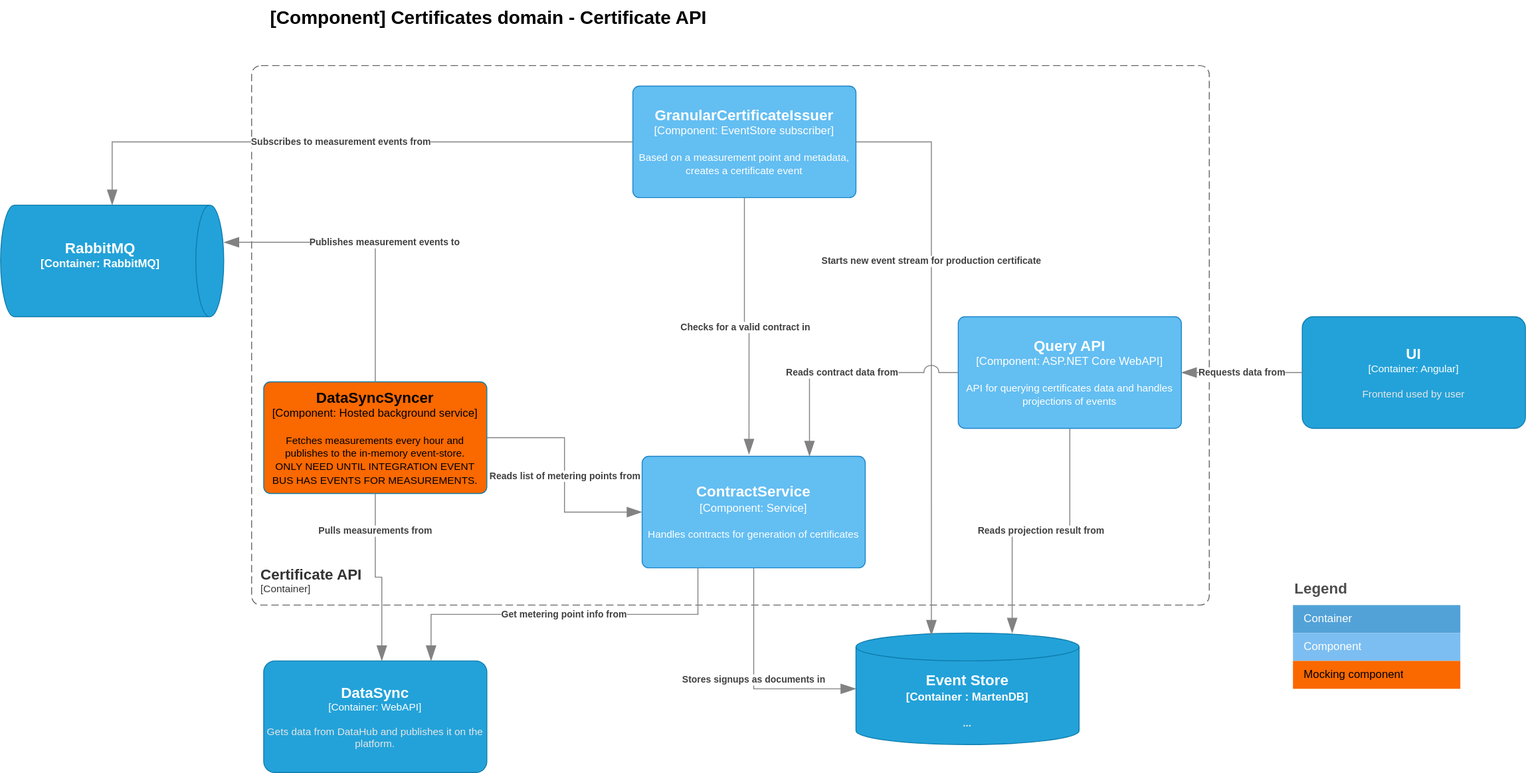
Earlier version of the draw.io export doc/architecture/diagrams/certificates.current.component.certificate.api.drawio.svg (Energinet-DataHub/energy-origin). Source tidied: cells renumbered, new cells last; positions are measured from the earlier drawing's top-left corner, leaving out a move shared by most shapes.
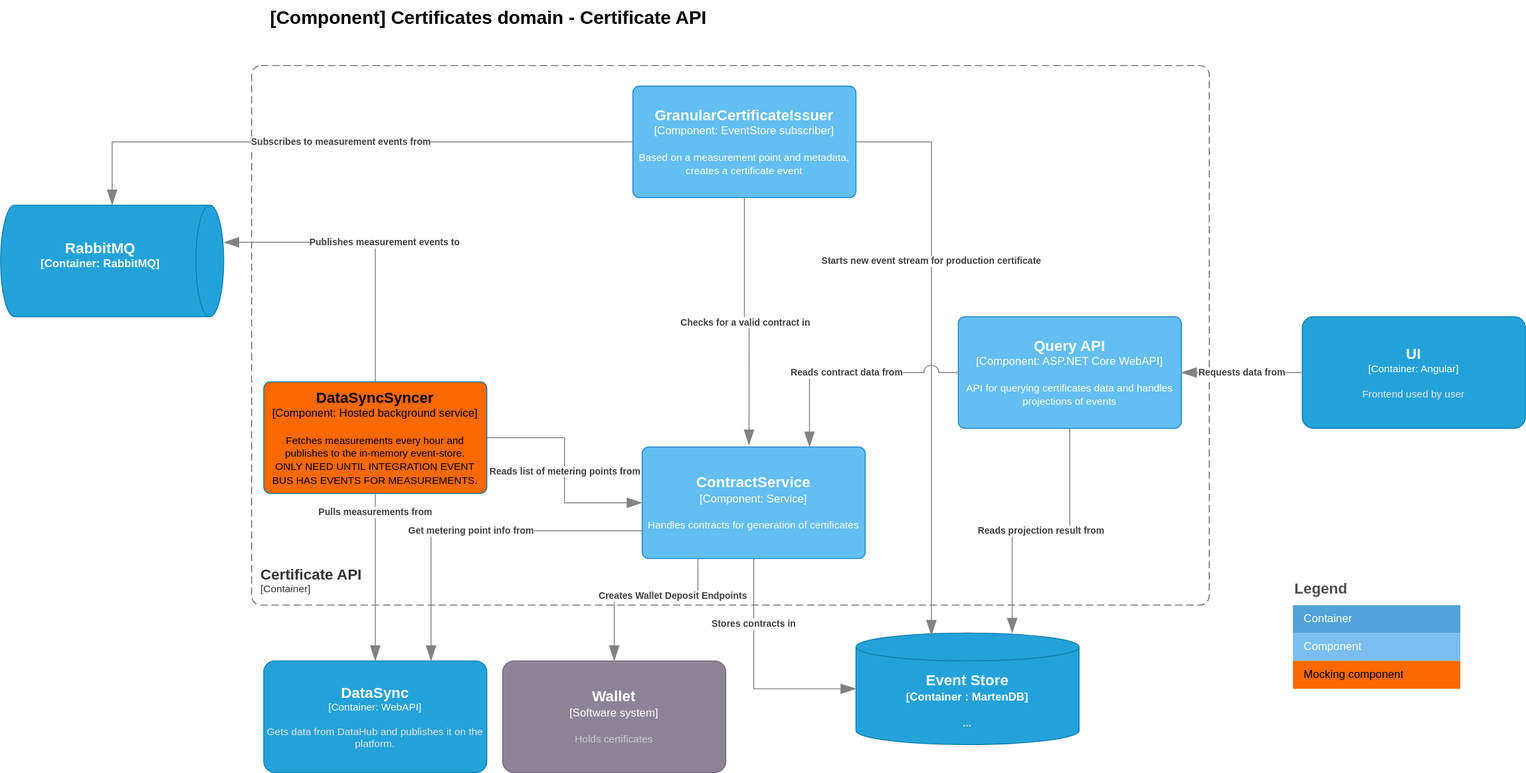
After the change.

What changed in the source:
```diff
@@ -24,7 +24,7 @@
     </object>
     <object id="6" label="&lt;font style=&quot;font-size: 16px&quot;&gt;&lt;b&gt;%c4Name%&lt;/b&gt;&lt;/font&gt;&lt;div&gt;[%c4Type%: %c4Technology%]&lt;/div&gt;&lt;br&gt;&lt;div&gt;&lt;font style=&quot;font-size: 11px&quot;&gt;%c4Description%&lt;/font&gt;&lt;/div&gt;" c4Description="Handles contracts for generation of certificates" c4Name="ContractService" c4Technology="Service" c4Type="Component" placeholders="1">
       <mxCell style="rounded=1;whiteSpace=wrap;html=1;labelBackgroundColor=none;fillColor=#63BEF2;align=center;arcSize=6;strokeColor=#2086C9;points=[[0.25,0,0],[0.5,0,0],[0.75,0,0],[1,0.25,0],[1,0.5,0],[1,0.75,0],[0.75,1,0],[0.5,1,0],[0.25,1,0],[0,0.75,0],[0,0.5,0],[0,0.25,0]];fontColor=#ffffff;" parent="1" vertex="1">
-        <mxGeometry x="690" y="490" width="240" height="120" as="geometry" />
+        <mxGeometry x="690" y="480" width="240" height="120" as="geometry" />
       </mxCell>
     </object>
     <object id="7" label="&lt;div style=&quot;text-align: left&quot;&gt;&lt;div style=&quot;text-align: center&quot;&gt;&lt;b&gt;%c4Description%&lt;/b&gt;&lt;/div&gt;" c4Description="Reads list of metering points from" c4Type="Relationship" placeholders="1">
@@ -104,9 +104,9 @@
         <mxGeometry x="-0.32" relative="1" as="geometry" />
       </mxCell>
     </object>
-    <object id="23" label="&lt;div style=&quot;text-align: left&quot;&gt;&lt;div style=&quot;text-align: center&quot;&gt;&lt;b&gt;%c4Description%&lt;/b&gt;&lt;/div&gt;" c4Description="Stores signups as documents in" c4Type="Relationship" placeholders="1">
+    <object id="23" label="&lt;div style=&quot;text-align: left&quot;&gt;&lt;div style=&quot;text-align: center&quot;&gt;&lt;b&gt;%c4Description%&lt;/b&gt;&lt;/div&gt;" c4Description="Stores contracts in" c4Type="Relationship" placeholders="1">
       <mxCell style="endArrow=blockThin;html=1;fontSize=10;fontColor=#404040;strokeWidth=1;endFill=1;strokeColor=#828282;elbow=vertical;endSize=14;startSize=14;jumpStyle=arc;jumpSize=16;rounded=0;edgeStyle=orthogonalEdgeStyle;exitX=0.5;exitY=1;exitDx=0;exitDy=0;exitPerimeter=0;entryX=0;entryY=0.5;entryDx=0;entryDy=0;entryPerimeter=0;" parent="1" edge="1" source="6" target="5">
-        <mxGeometry relative="1" as="geometry" />
+        <mxGeometry x="-0.44" relative="1" as="geometry" />
       </mxCell>
     </object>
     <object id="24" label="&lt;div style=&quot;text-align: left&quot;&gt;&lt;div style=&quot;text-align: center&quot;&gt;&lt;b&gt;%c4Description%&lt;/b&gt;&lt;/div&gt;" c4Description="Reads contract data from" c4Type="Relationship" placeholders="1">
@@ -115,7 +115,7 @@
       </mxCell>
     </object>
     <object id="25" label="&lt;div style=&quot;text-align: left&quot;&gt;&lt;div style=&quot;text-align: center&quot;&gt;&lt;b&gt;%c4Description%&lt;/b&gt;&lt;/div&gt;" c4Description="Get metering point info from" c4Type="Relationship" placeholders="1">
-      <mxCell style="endArrow=blockThin;html=1;fontSize=10;fontColor=#404040;strokeWidth=1;endFill=1;strokeColor=#828282;elbow=vertical;endSize=14;startSize=14;jumpStyle=arc;jumpSize=16;rounded=0;edgeStyle=orthogonalEdgeStyle;exitX=0.25;exitY=1;exitDx=0;exitDy=0;exitPerimeter=0;entryX=0.75;entryY=0;entryDx=0;entryDy=0;entryPerimeter=0;" parent="1" edge="1" source="6" target="12">
+      <mxCell style="endArrow=blockThin;html=1;fontSize=10;fontColor=#404040;strokeWidth=1;endFill=1;strokeColor=#828282;elbow=vertical;endSize=14;startSize=14;jumpStyle=arc;jumpSize=16;rounded=0;edgeStyle=orthogonalEdgeStyle;exitX=0;exitY=0.75;exitDx=0;exitDy=0;exitPerimeter=0;entryX=0.75;entryY=0;entryDx=0;entryDy=0;entryPerimeter=0;" parent="1" edge="1" source="6" target="12">
         <mxGeometry relative="1" as="geometry" />
       </mxCell>
     </object>
@@ -126,11 +126,24 @@
       <mxGeometry width="180" height="30" as="geometry" />
     </mxCell>
     <object id="28" label="&lt;div style=&quot;text-align: left&quot;&gt;&lt;div style=&quot;text-align: center&quot;&gt;&lt;b&gt;%c4Description%&lt;/b&gt;&lt;/div&gt;" c4Description="Pulls measurements from" c4Type="Relationship" placeholders="1">
-      <mxCell style="endArrow=blockThin;html=1;fontSize=10;fontColor=#404040;strokeWidth=1;endFill=1;strokeColor=#828282;elbow=vertical;endSize=14;startSize=14;jumpStyle=arc;jumpSize=16;rounded=0;edgeStyle=orthogonalEdgeStyle;exitX=0.5;exitY=1;exitDx=0;exitDy=0;exitPerimeter=0;" parent="1" edge="1" source="3">
-        <mxGeometry x="-0.58" relative="1" as="geometry">
-          <mxPoint x="410" y="710" as="targetPoint" />
-        </mxGeometry>
+      <mxCell style="endArrow=blockThin;html=1;fontSize=10;fontColor=#404040;strokeWidth=1;endFill=1;strokeColor=#828282;elbow=vertical;endSize=14;startSize=14;jumpStyle=arc;jumpSize=16;rounded=0;edgeStyle=orthogonalEdgeStyle;exitX=0.5;exitY=1;exitDx=0;exitDy=0;exitPerimeter=0;entryX=0.5;entryY=0;entryDx=0;entryDy=0;entryPerimeter=0;" parent="1" edge="1" source="3" target="12">
+        <mxGeometry x="-0.78" relative="1" as="geometry" />
       </mxCell>
     </object>
+    <object id="29" label="&lt;font style=&quot;font-size: 16px&quot;&gt;&lt;b&gt;%c4Name%&lt;/b&gt;&lt;/font&gt;&lt;div&gt;[%c4Type%]&lt;/div&gt;&lt;br&gt;&lt;div&gt;&lt;font style=&quot;font-size: 11px&quot;&gt;&lt;font color=&quot;#cccccc&quot;&gt;%c4Description%&lt;/font&gt;&lt;/div&gt;" c4Description="Holds certificates" c4Name="Wallet" c4Type="Software system" placeholders="1">
+      <mxCell style="rounded=1;whiteSpace=wrap;html=1;labelBackgroundColor=none;fillColor=#8C8496;fontColor=#ffffff;align=center;arcSize=10;strokeColor=#736782;points=[[0.25,0,0],[0.5,0,0],[0.75,0,0],[1,0.25,0],[1,0.5,0],[1,0.75,0],[0.75,1,0],[0.5,1,0],[0.25,1,0],[0,0.75,0],[0,0.5,0],[0,0.25,0]];" parent="1" vertex="1">
+        <mxGeometry x="540" y="710" width="240" height="120" as="geometry" />
+      </mxCell>
+    </object>
+    <object id="30" label="&lt;div style=&quot;text-align: left&quot;&gt;&lt;div style=&quot;text-align: center&quot;&gt;&lt;b&gt;%c4Description%&lt;/b&gt;&lt;/div&gt;" c4Description="Creates Wallet Deposit Endpoints" c4Type="Relationship" placeholders="1">
+      <mxCell style="endArrow=blockThin;html=1;fontSize=10;fontColor=#404040;strokeWidth=1;endFill=1;strokeColor=#828282;elbow=vertical;endSize=14;startSize=14;jumpStyle=arc;jumpSize=16;rounded=0;edgeStyle=orthogonalEdgeStyle;exitX=0.25;exitY=1;exitDx=0;exitDy=0;exitPerimeter=0;entryX=0.5;entryY=0;entryDx=0;entryDy=0;entryPerimeter=0;" parent="1" edge="1" source="6" target="29">
+        <mxGeometry x="-0.33" relative="1" as="geometry">
+          <Array as="points">
+            <mxPoint x="750" y="640" />
+            <mxPoint x="660" y="640" />
+          </Array>
+        </mxGeometry>
+      </mxCell>
+    </object>
   </root>
 </mxGraphModel>
```
